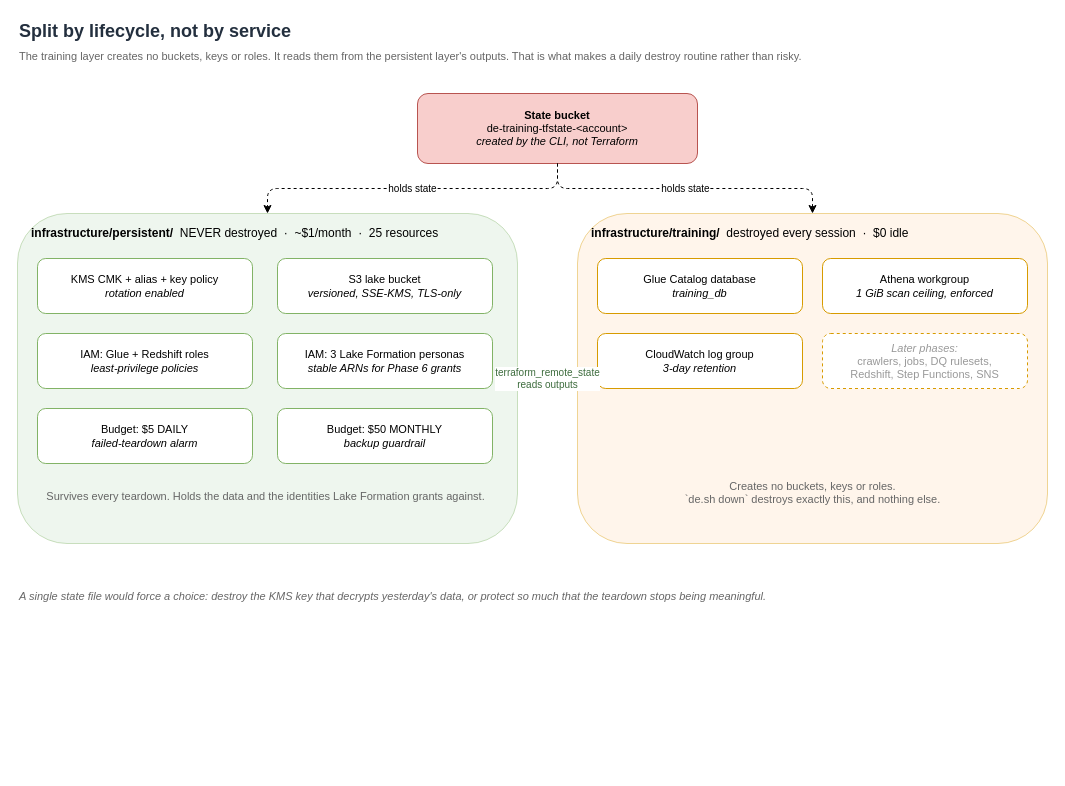
Above: page "Terraform Layers" (2 of 2) of architecture/retail-data-platform.drawio in poojithaemani/AWS_retail_data_pipeline (draw.io), before the change. Source tidied: cells renumbered, new cells numbered last; positions are measured from the earlier drawing's top-left corner, leaving out a move shared by most shapes. Both pictures are drawn from the tidied source at 100%, with x=0, y=0 at pixel (17, 17).
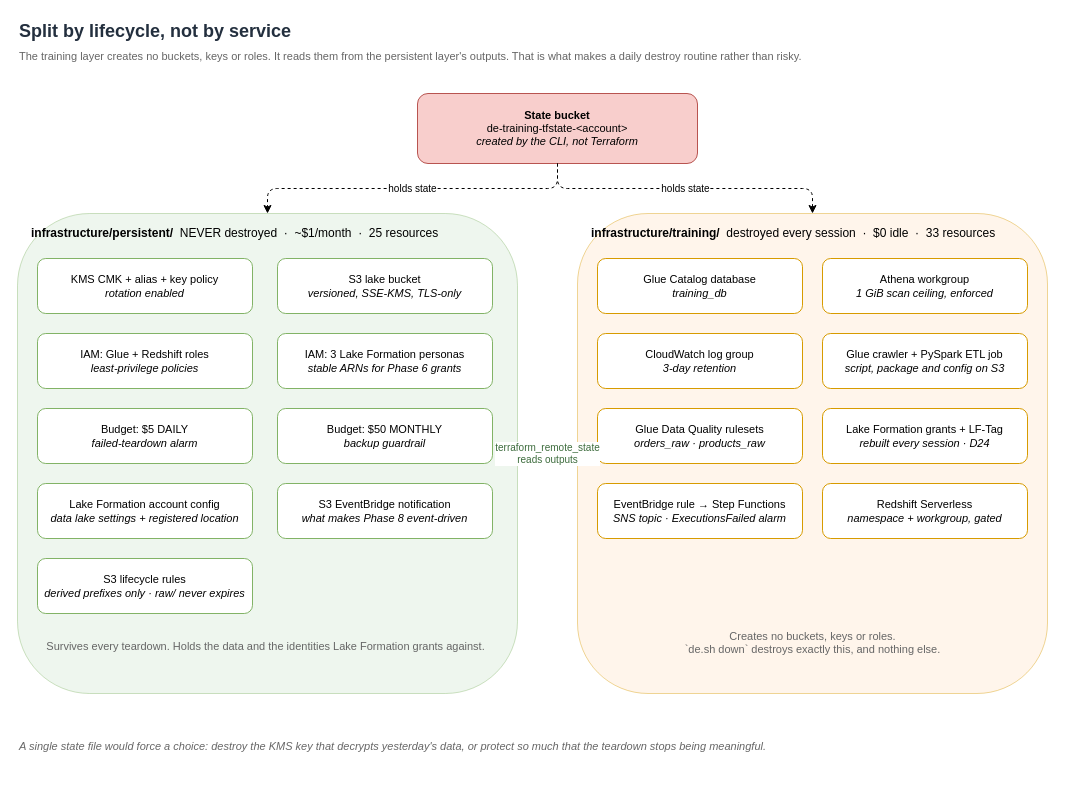
The same page after the edit.

Change to the diagram source:
```diff
@@
     <mxCell id="5" value="&lt;b&gt;infrastructure/persistent/&lt;/b&gt;&amp;nbsp;&amp;nbsp;NEVER destroyed&amp;nbsp;&amp;nbsp;&amp;#183;&amp;nbsp;&amp;nbsp;~$1/month&amp;nbsp;&amp;nbsp;&amp;#183;&amp;nbsp;&amp;nbsp;25 resources" style="rounded=1;whiteSpace=wrap;html=1;fillColor=#D5E8D4;strokeColor=#82B366;verticalAlign=top;align=left;spacingLeft=12;spacingTop=6;fontSize=12;opacity=40;" parent="1" vertex="1">
-      <mxGeometry y="196" width="500" height="330" as="geometry" />
+      <mxGeometry y="196" width="500" height="480" as="geometry" />
     </mxCell>
@@
+    <mxCell id="23" value="Lake Formation account config&lt;br&gt;&lt;i&gt;data lake settings + registered location&lt;/i&gt;" style="rounded=1;whiteSpace=wrap;html=1;fillColor=#FFFFFF;strokeColor=#82B366;fontSize=11;" parent="1" vertex="1">
+      <mxGeometry x="20" y="466" width="215" height="55" as="geometry" />
+    </mxCell>
+    <mxCell id="24" value="S3 EventBridge notification&lt;br&gt;&lt;i&gt;what makes Phase 8 event-driven&lt;/i&gt;" style="rounded=1;whiteSpace=wrap;html=1;fillColor=#FFFFFF;strokeColor=#82B366;fontSize=11;" parent="1" vertex="1">
+      <mxGeometry x="260" y="466" width="215" height="55" as="geometry" />
+    </mxCell>
+    <mxCell id="25" value="S3 lifecycle rules&lt;br&gt;&lt;i&gt;derived prefixes only &amp;#183; raw/ never expires&lt;/i&gt;" style="rounded=1;whiteSpace=wrap;html=1;fillColor=#FFFFFF;strokeColor=#82B366;fontSize=11;" parent="1" vertex="1">
+      <mxGeometry x="20" y="541" width="215" height="55" as="geometry" />
+    </mxCell>
     <mxCell id="12" value="Survives every teardown. Holds the data and the identities Lake Formation grants against." style="text;html=1;align=center;fontSize=11;fontColor=#666666;" parent="1" vertex="1">
-      <mxGeometry x="20" y="466" width="455" height="30" as="geometry" />
+      <mxGeometry x="20" y="616" width="455" height="30" as="geometry" />
     </mxCell>
-    <mxCell id="13" value="&lt;b&gt;infrastructure/training/&lt;/b&gt;&amp;nbsp;&amp;nbsp;destroyed every session&amp;nbsp;&amp;nbsp;&amp;#183;&amp;nbsp;&amp;nbsp;$0 idle" style="rounded=1;whiteSpace=wrap;html=1;fillColor=#FFE6CC;strokeColor=#D79B00;verticalAlign=top;align=left;spacingLeft=12;spacingTop=6;fontSize=12;opacity=40;" parent="1" vertex="1">
-      <mxGeometry x="560" y="196" width="470" height="330" as="geometry" />
+    <mxCell id="13" value="&lt;b&gt;infrastructure/training/&lt;/b&gt;&amp;nbsp;&amp;nbsp;destroyed every session&amp;nbsp;&amp;nbsp;&amp;#183;&amp;nbsp;&amp;nbsp;$0 idle&amp;nbsp;&amp;nbsp;&amp;#183;&amp;nbsp;&amp;nbsp;33 resources" style="rounded=1;whiteSpace=wrap;html=1;fillColor=#FFE6CC;strokeColor=#D79B00;verticalAlign=top;align=left;spacingLeft=12;spacingTop=6;fontSize=12;opacity=40;" parent="1" vertex="1">
+      <mxGeometry x="560" y="196" width="470" height="480" as="geometry" />
     </mxCell>
@@
-    <mxCell id="17" value="&lt;i&gt;Later phases:&lt;/i&gt;&lt;br&gt;crawlers, jobs, DQ rulesets,&lt;br&gt;Redshift, Step Functions, SNS" style="rounded=1;whiteSpace=wrap;html=1;fillColor=#FFFFFF;strokeColor=#D79B00;fontSize=11;dashed=1;fontColor=#999999;" parent="1" vertex="1">
+    <mxCell id="17" value="Glue crawler + PySpark ETL job&lt;br&gt;&lt;i&gt;script, package and config on S3&lt;/i&gt;" style="rounded=1;whiteSpace=wrap;html=1;fillColor=#FFFFFF;strokeColor=#D79B00;fontSize=11;" parent="1" vertex="1">
       <mxGeometry x="805" y="316" width="205" height="55" as="geometry" />
     </mxCell>
+    <mxCell id="26" value="Glue Data Quality rulesets&lt;br&gt;&lt;i&gt;orders_raw &amp;#183; products_raw&lt;/i&gt;" style="rounded=1;whiteSpace=wrap;html=1;fillColor=#FFFFFF;strokeColor=#D79B00;fontSize=11;" parent="1" vertex="1">
+      <mxGeometry x="580" y="391" width="205" height="55" as="geometry" />
+    </mxCell>
+    <mxCell id="27" value="Lake Formation grants + LF-Tag&lt;br&gt;&lt;i&gt;rebuilt every session &amp;#183; D24&lt;/i&gt;" style="rounded=1;whiteSpace=wrap;html=1;fillColor=#FFFFFF;strokeColor=#D79B00;fontSize=11;" parent="1" vertex="1">
+      <mxGeometry x="805" y="391" width="205" height="55" as="geometry" />
+    </mxCell>
+    <mxCell id="28" value="EventBridge rule &amp;#8594; Step Functions&lt;br&gt;&lt;i&gt;SNS topic &amp;#183; ExecutionsFailed alarm&lt;/i&gt;" style="rounded=1;whiteSpace=wrap;html=1;fillColor=#FFFFFF;strokeColor=#D79B00;fontSize=11;" parent="1" vertex="1">
+      <mxGeometry x="580" y="466" width="205" height="55" as="geometry" />
+    </mxCell>
+    <mxCell id="29" value="Redshift Serverless&lt;br&gt;&lt;i&gt;namespace + workgroup, gated&lt;/i&gt;" style="rounded=1;whiteSpace=wrap;html=1;fillColor=#FFFFFF;strokeColor=#D79B00;fontSize=11;" parent="1" vertex="1">
+      <mxGeometry x="805" y="466" width="205" height="55" as="geometry" />
+    </mxCell>
     <mxCell id="18" value="Creates no buckets, keys or roles.&lt;br&gt;`de.sh down` destroys exactly this, and nothing else." style="text;html=1;align=center;fontSize=11;fontColor=#666666;" parent="1" vertex="1">
-      <mxGeometry x="580" y="456" width="430" height="40" as="geometry" />
+      <mxGeometry x="580" y="606" width="430" height="40" as="geometry" />
     </mxCell>
@@
     <mxCell id="22" value="A single state file would force a choice: destroy the KMS key that decrypts yesterday's data, or protect so much that the teardown stops being meaningful." style="text;html=1;align=left;verticalAlign=top;fontSize=11;fontColor=#666666;fontStyle=2;" parent="1" vertex="1">
-      <mxGeometry y="566" width="820" height="36" as="geometry" />
+      <mxGeometry y="716" width="820" height="36" as="geometry" />
     </mxCell>
```
